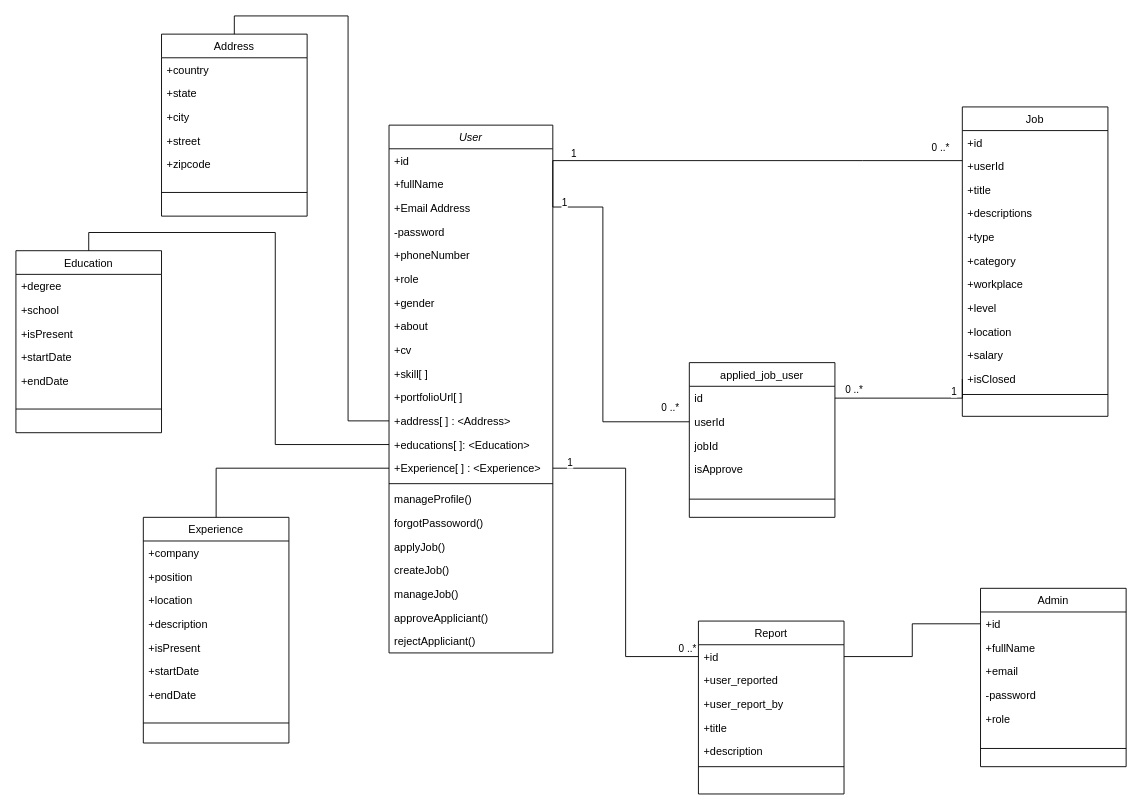
Before: classDiagram.drawio in osenbal/ar.gent-uml, a draw.io diagram. Source tidied: cells renumbered, new cells numbered last; positions are measured from the earlier drawing's top-left corner, leaving out a move shared by most shapes. Both pictures are drawn from the tidied source at 91%, with x=0, y=0 at pixel (15, 34).
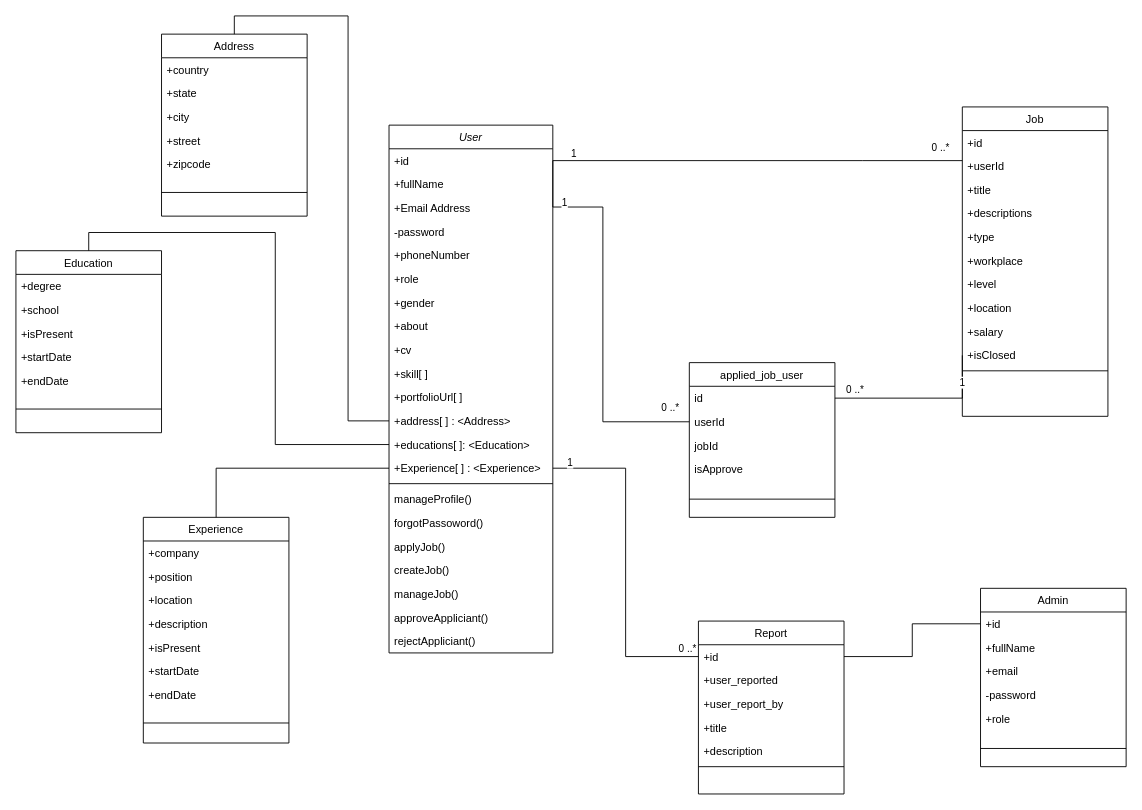
The same diagram, later.

Unchanged cells that the change refers to:
```xml
<mxCell id="31" value="Job" style="swimlane;fontStyle=0;align=center;verticalAlign=top;horizontal=1;startSize=26;rounded=0;shadow=0;strokeWidth=1;" parent="1" vertex="1">
  <mxGeometry x="1040" y="80" width="160" height="340" as="geometry" />
</mxCell>
```

Change to the diagram source:
```diff
@@
-    <mxCell id="37" value="+category" style="text;align=left;verticalAlign=top;spacingLeft=4;spacingRight=4;overflow=hidden;rounded=0;shadow=0;html=0;" parent="31" vertex="1">
-      <mxGeometry y="156" width="160" height="26" as="geometry" />
-    </mxCell>
     <mxCell id="38" value="+workplace" style="text;align=left;verticalAlign=top;spacingLeft=4;spacingRight=4;overflow=hidden;rounded=0;shadow=0;html=0;" parent="31" vertex="1">
-      <mxGeometry y="182" width="160" height="26" as="geometry" />
+      <mxGeometry y="156" width="160" height="26" as="geometry" />
     </mxCell>
     <mxCell id="39" value="+level" style="text;align=left;verticalAlign=top;spacingLeft=4;spacingRight=4;overflow=hidden;rounded=0;shadow=0;html=0;" parent="31" vertex="1">
-      <mxGeometry y="208" width="160" height="26" as="geometry" />
+      <mxGeometry y="182" width="160" height="26" as="geometry" />
     </mxCell>
     <mxCell id="40" value="+location" style="text;align=left;verticalAlign=top;spacingLeft=4;spacingRight=4;overflow=hidden;rounded=0;shadow=0;html=0;" parent="31" vertex="1">
-      <mxGeometry y="234" width="160" height="26" as="geometry" />
+      <mxGeometry y="208" width="160" height="26" as="geometry" />
     </mxCell>
     <mxCell id="41" value="+salary" style="text;align=left;verticalAlign=top;spacingLeft=4;spacingRight=4;overflow=hidden;rounded=0;shadow=0;html=0;" parent="31" vertex="1">
-      <mxGeometry y="260" width="160" height="26" as="geometry" />
+      <mxGeometry y="234" width="160" height="26" as="geometry" />
     </mxCell>
     <mxCell id="42" value="+isClosed" style="text;align=left;verticalAlign=top;spacingLeft=4;spacingRight=4;overflow=hidden;points=[[0,0.5],[1,0.5]];portConstraint=eastwest;rounded=0;shadow=0;html=0;" parent="31" vertex="1">
-      <mxGeometry y="286" width="160" height="26" as="geometry" />
+      <mxGeometry y="260" width="160" height="26" as="geometry" />
     </mxCell>
     <mxCell id="43" style="line;html=1;strokeWidth=1;align=left;verticalAlign=middle;spacingTop=-1;spacingLeft=3;spacingRight=3;labelPosition=right;" parent="31" vertex="1">
-      <mxGeometry y="312" width="160" height="8" as="geometry" />
+      <mxGeometry y="286" width="160" height="8" as="geometry" />
     </mxCell>
```
